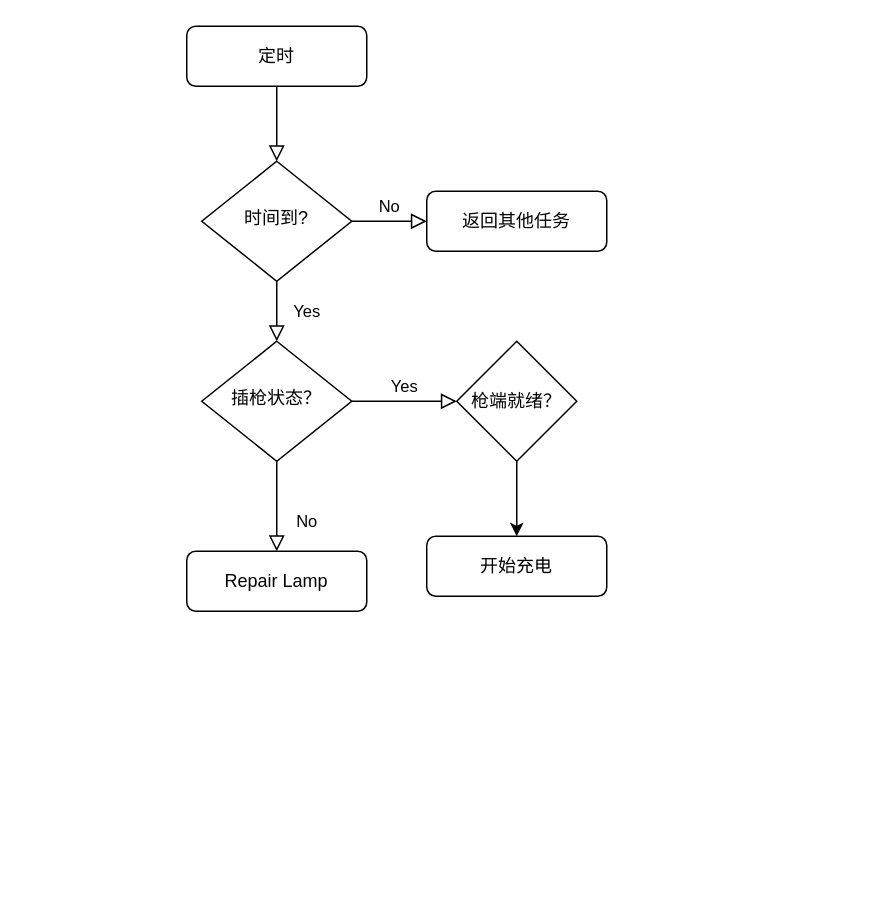
Earlier version of the draw.io diagram Untitled Diagram.drawio (fenglong2018/7KW). Source tidied: cells renumbered, new cells numbered last; positions are measured from the earlier drawing's top-left corner, leaving out a move shared by most shapes. Both pictures are drawn from the tidied source at 150%, with x=0, y=0 at pixel (186, 26).
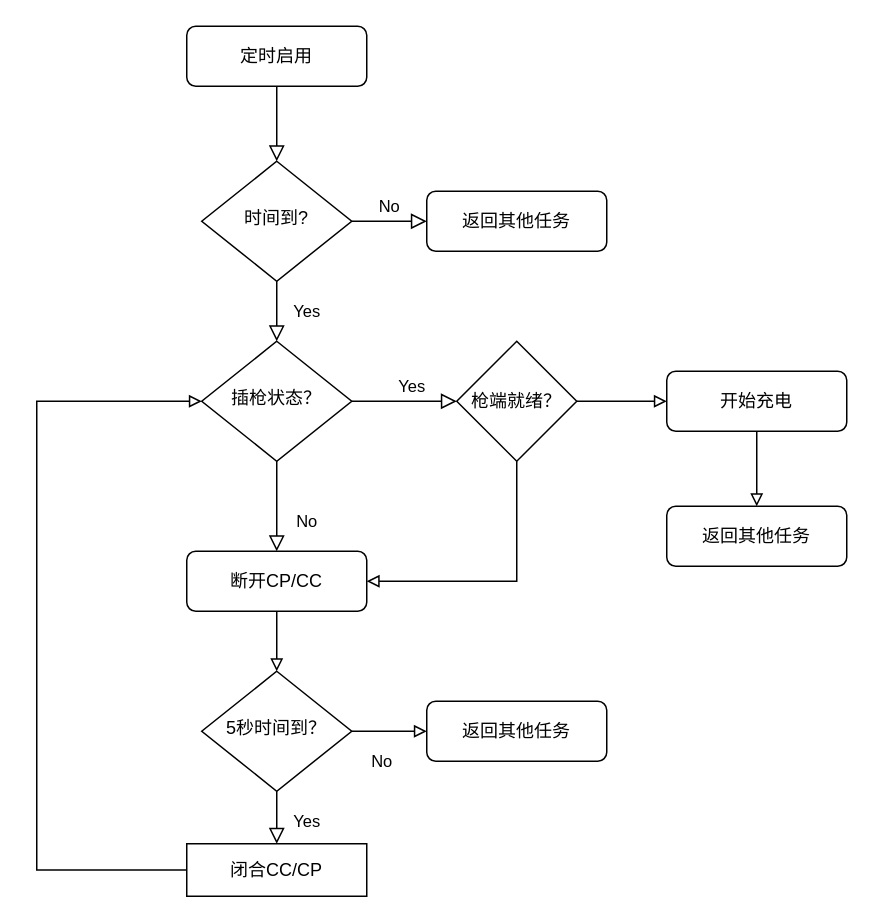
After the change.

Commit message:
7KW兼容非国标车型有序充电流程图.drawio

Unchanged cells that the change refers to:
```xml
<mxCell id="10" value="插枪状态？" style="rhombus;whiteSpace=wrap;html=1;shadow=0;fontFamily=Helvetica;fontSize=12;align=center;strokeWidth=1;spacing=6;spacingTop=-4;" parent="1" vertex="1">
  <mxGeometry x="10" y="210" width="100" height="80" as="geometry" />
</mxCell>
<mxCell id="13" value="枪端就绪？" style="rhombus;whiteSpace=wrap;html=1;" parent="1" vertex="1">
  <mxGeometry x="180" y="210" width="80" height="80" as="geometry" />
</mxCell>
```

Change to the diagram source:
```diff
@@
-    <mxCell id="3" value="定时" style="rounded=1;whiteSpace=wrap;html=1;fontSize=12;glass=0;strokeWidth=1;shadow=0;" parent="1" vertex="1">
+    <mxCell id="3" value="定时启用" style="rounded=1;whiteSpace=wrap;html=1;fontSize=12;glass=0;strokeWidth=1;shadow=0;" parent="1" vertex="1">
       <mxGeometry width="120" height="40" as="geometry" />
     </mxCell>
@@
     <mxCell id="9" value="Yes" style="edgeStyle=orthogonalEdgeStyle;rounded=0;html=1;jettySize=auto;fontSize=11;endArrow=block;endFill=0;endSize=8;strokeWidth=1;shadow=0;labelBackgroundColor=none;entryX=0;entryY=0.5;entryDx=0;entryDy=0;" parent="1" edge="1" source="10" target="13">
-      <mxGeometry y="10" relative="1" as="geometry" />
+      <mxGeometry x="0.14" y="10" relative="1" as="geometry" />
     </mxCell>
@@
+    <mxCell id="15" style="edgeStyle=orthogonalEdgeStyle;rounded=0;jettySize=auto;html=1;exitX=0.5;exitY=1;exitDx=0;exitDy=0;entryX=0.5;entryY=0;entryDx=0;entryDy=0;endArrow=block;endFill=0;" parent="1" edge="1" source="11" target="20">
+      <mxGeometry relative="1" as="geometry" />
+    </mxCell>
-    <mxCell id="11" value="Repair Lamp" style="rounded=1;whiteSpace=wrap;html=1;fontSize=12;glass=0;strokeWidth=1;shadow=0;" parent="1" vertex="1">
+    <mxCell id="11" value="断开CP/CC" style="rounded=1;whiteSpace=wrap;html=1;fontSize=12;glass=0;strokeWidth=1;shadow=0;perimeter=rectanglePerimeter;" parent="1" vertex="1">
       <mxGeometry y="350" width="120" height="40" as="geometry" />
     </mxCell>
-    <mxCell id="12" style="edgeStyle=orthogonalEdgeStyle;rounded=0;jettySize=auto;html=1;" parent="1" edge="1" source="13" target="14">
+    <mxCell id="12" style="edgeStyle=orthogonalEdgeStyle;rounded=0;jettySize=auto;html=1;endArrow=block;endFill=0;" parent="1" edge="1" source="13" target="14">
       <mxGeometry relative="1" as="geometry" />
     </mxCell>
+    <mxCell id="16" style="edgeStyle=orthogonalEdgeStyle;rounded=0;jettySize=auto;html=1;exitX=0.5;exitY=1;exitDx=0;exitDy=0;entryX=1;entryY=0.5;entryDx=0;entryDy=0;endArrow=block;endFill=0;" parent="1" edge="1" source="13" target="11">
+      <mxGeometry relative="1" as="geometry" />
+    </mxCell>
@@
+    <mxCell id="17" style="edgeStyle=orthogonalEdgeStyle;rounded=0;jettySize=auto;html=1;exitX=0.5;exitY=1;exitDx=0;exitDy=0;entryX=0.5;entryY=0;entryDx=0;entryDy=0;endArrow=block;endFill=0;" parent="1" edge="1" source="14" target="24">
+      <mxGeometry relative="1" as="geometry" />
+    </mxCell>
     <mxCell id="14" value="开始充电" style="rounded=1;whiteSpace=wrap;html=1;fontSize=12;glass=0;strokeWidth=1;shadow=0;" parent="1" vertex="1">
-      <mxGeometry x="160" y="340" width="120" height="40" as="geometry" />
+      <mxGeometry x="320" y="230" width="120" height="40" as="geometry" />
     </mxCell>
+    <mxCell id="18" value="Yes" style="edgeStyle=orthogonalEdgeStyle;rounded=0;jettySize=auto;html=1;exitX=0.5;exitY=1;exitDx=0;exitDy=0;entryX=0.5;entryY=0;entryDx=0;entryDy=0;endArrow=block;endFill=0;shadow=0;strokeWidth=1;labelBackgroundColor=none;endSize=8;" parent="1" edge="1" source="20" target="22">
+      <mxGeometry x="0.14" y="20" relative="1" as="geometry" />
+    </mxCell>
+    <mxCell id="19" value="No" style="edgeStyle=orthogonalEdgeStyle;rounded=0;jettySize=auto;html=1;exitX=1;exitY=0.5;exitDx=0;exitDy=0;entryX=0;entryY=0.5;entryDx=0;entryDy=0;endArrow=block;endFill=0;" parent="1" edge="1" source="20" target="23">
+      <mxGeometry x="-0.2" y="-20" relative="1" as="geometry" />
+    </mxCell>
+    <mxCell id="20" value="5秒时间到？" style="rhombus;whiteSpace=wrap;html=1;shadow=0;fontFamily=Helvetica;fontSize=12;align=center;strokeWidth=1;spacing=6;spacingTop=-4;" parent="1" vertex="1">
+      <mxGeometry x="10" y="430" width="100" height="80" as="geometry" />
+    </mxCell>
+    <mxCell id="21" style="edgeStyle=orthogonalEdgeStyle;rounded=0;jettySize=auto;html=1;entryX=0;entryY=0.5;entryDx=0;entryDy=0;endArrow=block;endFill=0;" parent="1" edge="1" source="22" target="10">
+      <mxGeometry relative="1" as="geometry">
+        <Array as="points">
+          <mxPoint x="-100" y="563" />
+          <mxPoint x="-100" y="250" />
+        </Array>
+      </mxGeometry>
+    </mxCell>
+    <mxCell id="22" value="闭合CC/CP" style="rounded=0;whiteSpace=wrap;html=1;" parent="1" vertex="1">
+      <mxGeometry y="545" width="120" height="35" as="geometry" />
+    </mxCell>
+    <mxCell id="23" value="返回其他任务" style="rounded=1;whiteSpace=wrap;html=1;fontSize=12;glass=0;strokeWidth=1;shadow=0;" parent="1" vertex="1">
+      <mxGeometry x="160" y="450" width="120" height="40" as="geometry" />
+    </mxCell>
+    <mxCell id="24" value="返回其他任务" style="rounded=1;whiteSpace=wrap;html=1;fontSize=12;glass=0;strokeWidth=1;shadow=0;" parent="1" vertex="1">
+      <mxGeometry x="320" y="320" width="120" height="40" as="geometry" />
+    </mxCell>
```
